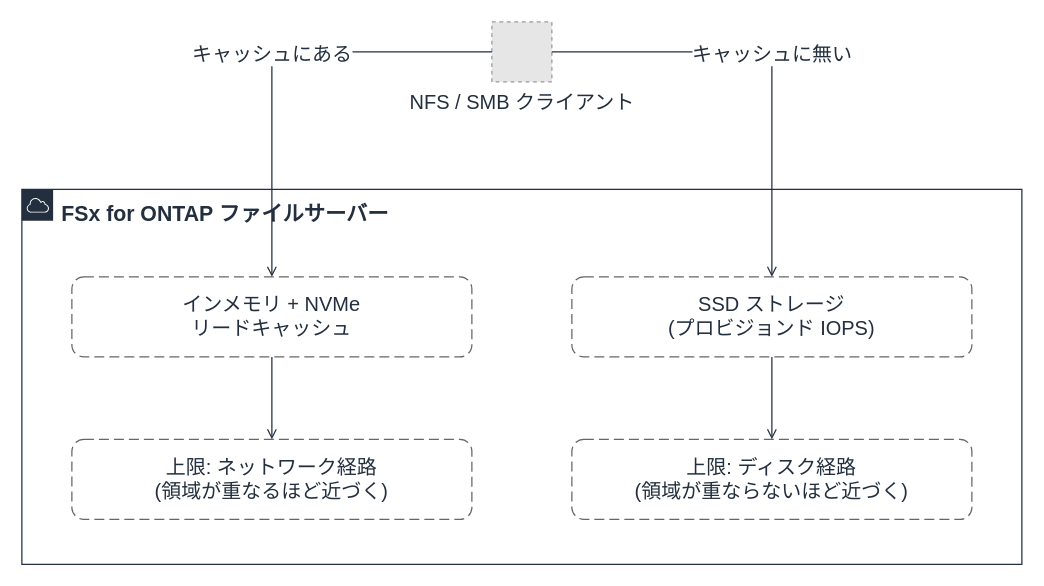
This is docs/_assets/diagrams/s3burst-two-ceilings.drawio from Yoshiki0705/S3-Burst-on-ONTAP-Files, a draw.io file, before an edit. Source tidied: cells renumbered, new cells numbered last; positions are measured from the earlier drawing's top-left corner, leaving out a move shared by most shapes. Both pictures are drawn from the tidied source at 125%, with x=0, y=0 at pixel (21, 21). Pictures stored in the file or linked from it are replaced by grey dashed boxes.
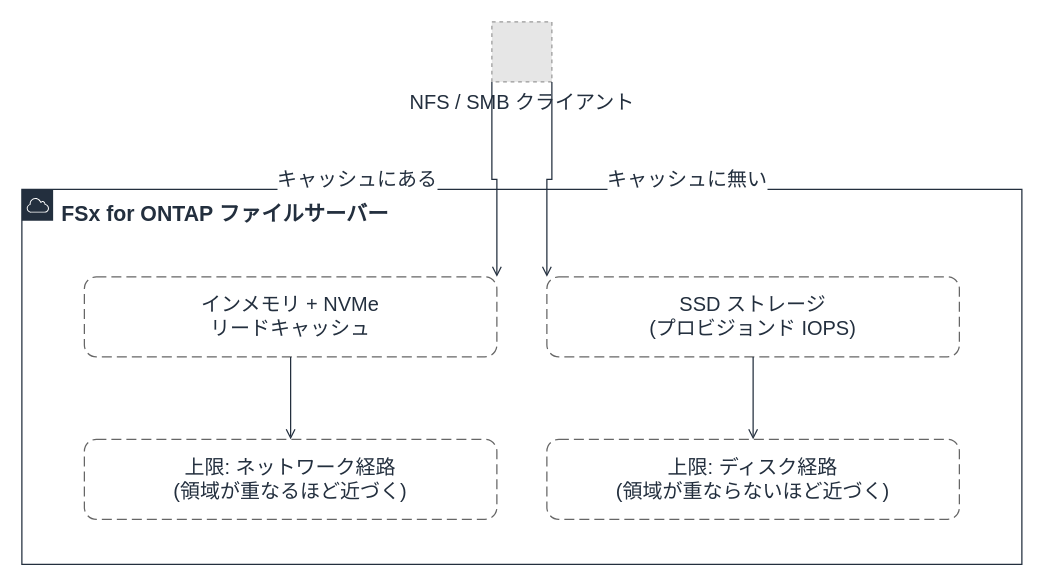
The same diagram, later.

Diff of the diagram source:
```diff
@@
 <mxGraphModel>
   <root>
     <mxCell id="0" />
     <mxCell id="1" parent="0" />
     <mxCell id="2" value="FSx for ONTAP ファイルサーバー" style="gradientColor=none;html=1;whiteSpace=wrap;fontSize=17;fontStyle=1;fontColor=#232F3E;shape=mxgraph.aws4.group;grIcon=mxgraph.aws4.group_aws_cloud;strokeColor=#232F3E;fillColor=none;verticalAlign=top;align=left;spacingLeft=30;spacingTop=4;dashed=0;" parent="1" vertex="1">
       <mxGeometry y="134" width="800" height="300" as="geometry" />
     </mxCell>
     <mxCell id="3" value="インメモリ + NVMe&#10;リードキャッシュ" style="rounded=1;whiteSpace=wrap;html=1;dashed=1;dashPattern=8 4;strokeColor=#666666;fillColor=none;fontColor=#232F3E;fontSize=16;verticalAlign=top;align=center;spacingTop=6;" parent="1" vertex="1">
-      <mxGeometry x="40" y="204" width="320" height="64" as="geometry" />
+      <mxGeometry x="50" y="204" width="330" height="64" as="geometry" />
     </mxCell>
     <mxCell id="4" value="SSD ストレージ&#10;(プロビジョンド IOPS)" style="rounded=1;whiteSpace=wrap;html=1;dashed=1;dashPattern=8 4;strokeColor=#666666;fillColor=none;fontColor=#232F3E;fontSize=16;verticalAlign=top;align=center;spacingTop=6;" parent="1" vertex="1">
-      <mxGeometry x="440" y="204" width="320" height="64" as="geometry" />
+      <mxGeometry x="420" y="204" width="330" height="64" as="geometry" />
     </mxCell>
     <mxCell id="5" value="上限: ネットワーク経路&#10;(領域が重なるほど近づく)" style="rounded=1;whiteSpace=wrap;html=1;dashed=1;dashPattern=8 4;strokeColor=#666666;fillColor=none;fontColor=#232F3E;fontSize=16;verticalAlign=top;align=center;spacingTop=6;" parent="1" vertex="1">
-      <mxGeometry x="40" y="334" width="320" height="64" as="geometry" />
+      <mxGeometry x="50" y="334" width="330" height="64" as="geometry" />
     </mxCell>
     <mxCell id="6" value="上限: ディスク経路&#10;(領域が重ならないほど近づく)" style="rounded=1;whiteSpace=wrap;html=1;dashed=1;dashPattern=8 4;strokeColor=#666666;fillColor=none;fontColor=#232F3E;fontSize=16;verticalAlign=top;align=center;spacingTop=6;" parent="1" vertex="1">
-      <mxGeometry x="440" y="334" width="320" height="64" as="geometry" />
+      <mxGeometry x="420" y="334" width="330" height="64" as="geometry" />
     </mxCell>
     <mxCell id="7" value="NFS / SMB クライアント" style="fillColor=#E6E6E6;strokeColor=#999999;dashed=1;html=1;verticalLabelPosition=bottom;verticalAlign=top;labelPosition=center;align=center;fontSize=16;fontColor=#232F3E;" parent="1" vertex="1">
       <mxGeometry x="376" width="48" height="48" as="geometry" />
     </mxCell>
-    <mxCell id="8" value="キャッシュにある" style="edgeStyle=orthogonalEdgeStyle;rounded=0;html=1;endArrow=open;endFill=0;strokeColor=#232F3E;strokeWidth=1;fontSize=16;fontColor=#232F3E;" parent="1" edge="1" source="7" target="3">
-      <mxGeometry relative="1" as="geometry" />
+    <mxCell id="8" value="キャッシュにある" style="edgeStyle=orthogonalEdgeStyle;rounded=0;html=1;endArrow=open;endFill=0;strokeColor=#232F3E;strokeWidth=1;fontSize=16;fontColor=#232F3E;exitX=0.0;exitY=1.0;exitDx=0;exitDy=0;entryX=1.0;entryY=0.0;entryDx=0;entryDy=0;" parent="1" edge="1" source="7" target="3">
+      <mxGeometry relative="1" as="geometry">
+        <mxPoint x="-110" as="offset" />
+      </mxGeometry>
     </mxCell>
-    <mxCell id="9" value="キャッシュに無い" style="edgeStyle=orthogonalEdgeStyle;rounded=0;html=1;endArrow=open;endFill=0;strokeColor=#232F3E;strokeWidth=1;fontSize=16;fontColor=#232F3E;" parent="1" edge="1" source="7" target="4">
-      <mxGeometry relative="1" as="geometry" />
+    <mxCell id="9" value="キャッシュに無い" style="edgeStyle=orthogonalEdgeStyle;rounded=0;html=1;endArrow=open;endFill=0;strokeColor=#232F3E;strokeWidth=1;fontSize=16;fontColor=#232F3E;exitX=1.0;exitY=1.0;exitDx=0;exitDy=0;entryX=0.0;entryY=0.0;entryDx=0;entryDy=0;" parent="1" edge="1" source="7" target="4">
+      <mxGeometry relative="1" as="geometry">
+        <mxPoint x="110" as="offset" />
+      </mxGeometry>
     </mxCell>
     <mxCell id="10" style="edgeStyle=orthogonalEdgeStyle;rounded=0;html=1;endArrow=open;endFill=0;strokeColor=#232F3E;strokeWidth=1;fontSize=16;fontColor=#232F3E;" parent="1" edge="1" source="3" target="5">
       <mxGeometry relative="1" as="geometry" />
     </mxCell>
     <mxCell id="11" style="edgeStyle=orthogonalEdgeStyle;rounded=0;html=1;endArrow=open;endFill=0;strokeColor=#232F3E;strokeWidth=1;fontSize=16;fontColor=#232F3E;" parent="1" edge="1" source="4" target="6">
       <mxGeometry relative="1" as="geometry" />
     </mxCell>
   </root>
 </mxGraphModel>
```
